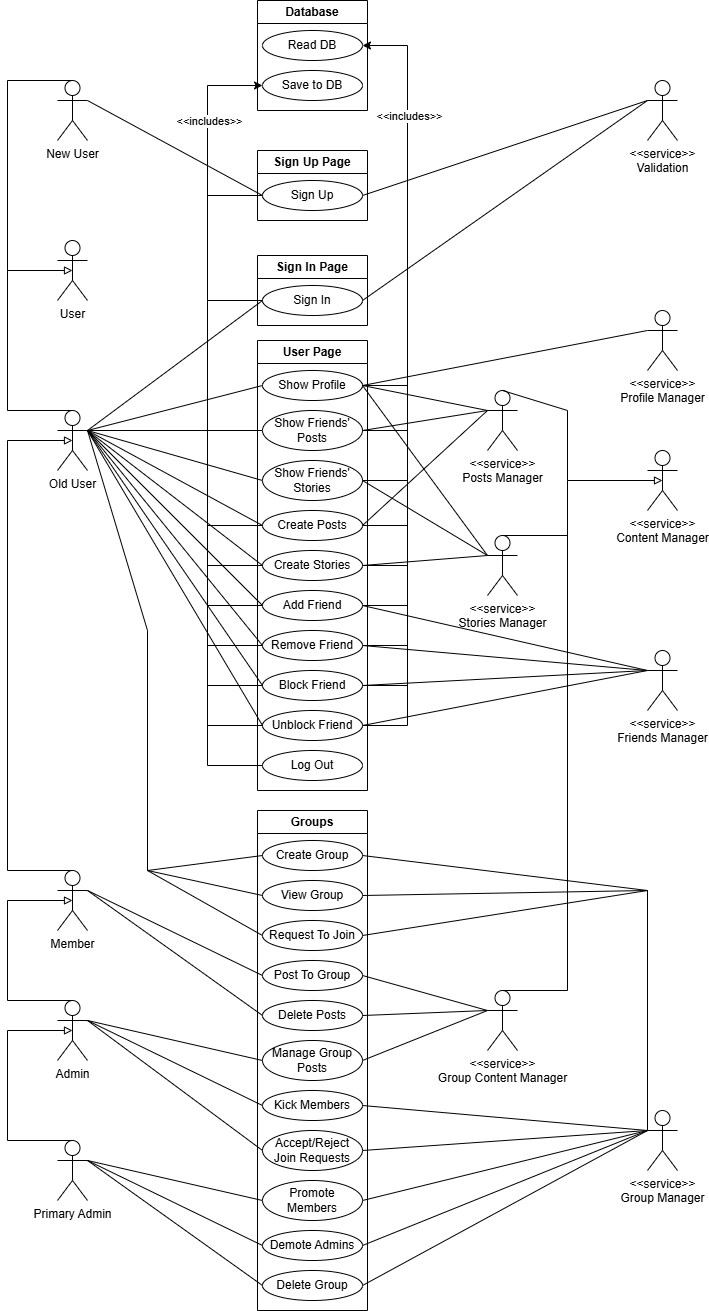
AbdelrahmanEssam1007/ConnectHub keeps this draw.io diagram as UMLs/Use Case.png. Above is the earlier version. Source tidied: cells renumbered, new cells last; positions are measured from the earlier drawing's top-left corner, leaving out a move shared by most shapes.
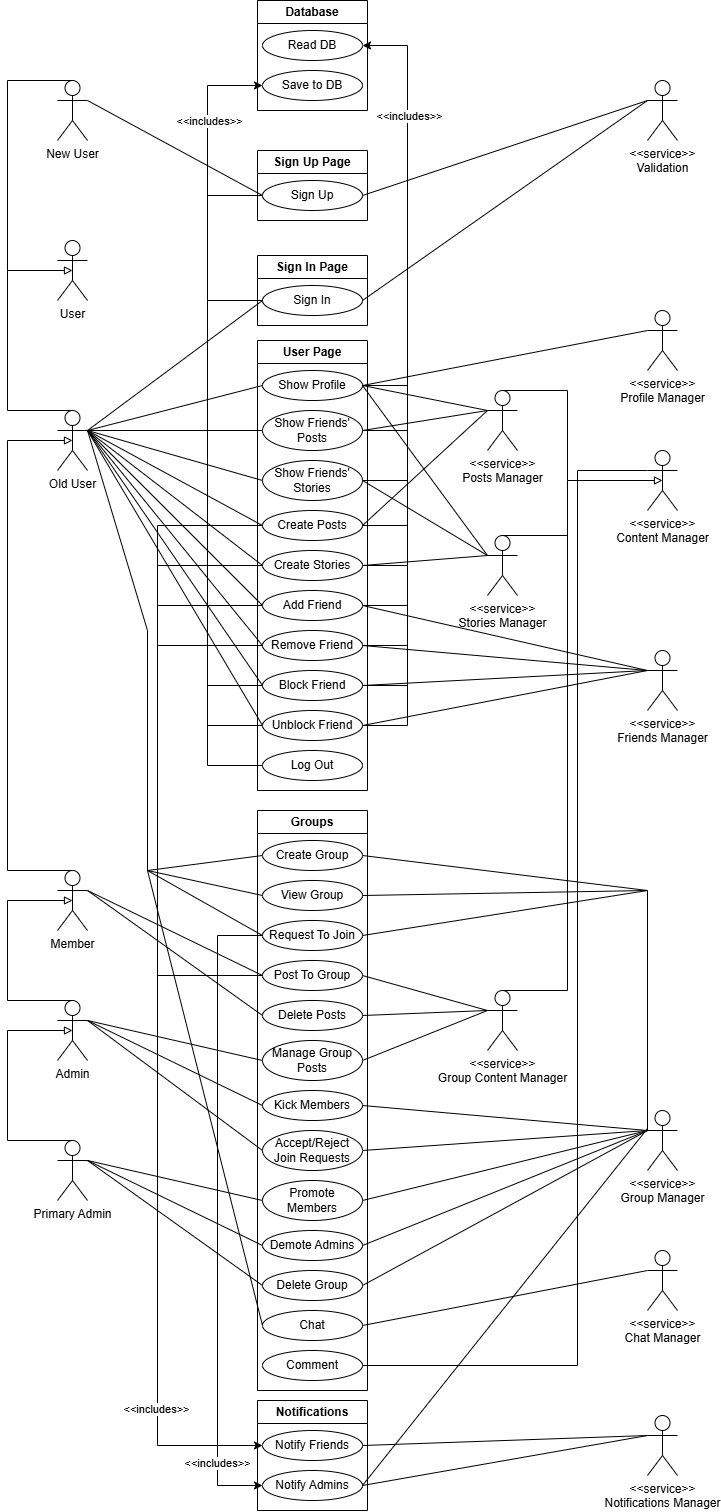
After the change.

Commit message:
Updated Use Case UML

What changed in the source:
```diff
@@ -157,7 +157,7 @@
     <mxCell id="45" style="endArrow=block;html=1;rounded=0;exitX=0.5;exitY=0;exitDx=0;exitDy=0;exitPerimeter=0;entryX=0.5;entryY=0.5;entryDx=0;entryDy=0;entryPerimeter=0;endFill=0;" parent="1" edge="1" source="38" target="44">
       <mxGeometry relative="1" as="geometry">
         <Array as="points">
-          <mxPoint x="560" y="410" />
+          <mxPoint x="560" y="390" />
           <mxPoint x="560" y="480" />
         </Array>
       </mxGeometry>
@@ -306,7 +306,7 @@
       </mxGeometry>
     </mxCell>
     <mxCell id="78" value="Groups" style="swimlane;whiteSpace=wrap;html=1;" parent="1" vertex="1">
-      <mxGeometry x="250" y="810" width="110" height="500" as="geometry" />
+      <mxGeometry x="250" y="810" width="110" height="580" as="geometry" />
     </mxCell>
     <mxCell id="79" value="View Group" style="ellipse;whiteSpace=wrap;html=1;" parent="78" vertex="1">
       <mxGeometry x="5" y="70" width="100" height="30" as="geometry" />
@@ -341,6 +341,12 @@
     <mxCell id="89" value="Manage Group Posts" style="ellipse;whiteSpace=wrap;html=1;" parent="78" vertex="1">
       <mxGeometry x="5" y="230" width="100" height="40" as="geometry" />
     </mxCell>
+    <mxCell id="122" value="Chat" style="ellipse;whiteSpace=wrap;html=1;" parent="78" vertex="1">
+      <mxGeometry x="5" y="500" width="100" height="30" as="geometry" />
+    </mxCell>
+    <mxCell id="123" value="Comment" style="ellipse;whiteSpace=wrap;html=1;" parent="78" vertex="1">
+      <mxGeometry x="5" y="540" width="100" height="30" as="geometry" />
+    </mxCell>
     <mxCell id="90" style="endArrow=none;html=1;rounded=0;entryX=1;entryY=0.3333333333333333;entryDx=0;entryDy=0;entryPerimeter=0;exitX=0;exitY=0.5;exitDx=0;exitDy=0;" parent="1" edge="1" source="79" target="9">
       <mxGeometry relative="1" as="geometry">
         <Array as="points">
@@ -474,5 +480,96 @@
         <mxPoint x="640" y="890" as="targetPoint" />
       </mxGeometry>
     </mxCell>
+    <mxCell id="124" value="Notifications" style="swimlane;whiteSpace=wrap;html=1;" parent="1" vertex="1">
+      <mxGeometry x="250" y="1400" width="110" height="110" as="geometry" />
+    </mxCell>
+    <mxCell id="125" value="Notify Friends" style="ellipse;whiteSpace=wrap;html=1;" parent="124" vertex="1">
+      <mxGeometry x="5" y="30" width="100" height="30" as="geometry" />
+    </mxCell>
+    <mxCell id="126" value="Notify Admins" style="ellipse;whiteSpace=wrap;html=1;" parent="124" vertex="1">
+      <mxGeometry x="5" y="70" width="100" height="30" as="geometry" />
+    </mxCell>
+    <mxCell id="127" value="&amp;lt;&amp;lt;service&amp;gt;&amp;gt;&lt;div&gt;Notifications Manager&lt;/div&gt;" style="shape=umlActor;verticalLabelPosition=bottom;verticalAlign=top;html=1;outlineConnect=0;" parent="1" vertex="1">
+      <mxGeometry x="640" y="1415" width="30" height="60" as="geometry" />
+    </mxCell>
+    <mxCell id="128" style="endArrow=none;html=1;rounded=0;entryX=0;entryY=0.3333333333333333;entryDx=0;entryDy=0;entryPerimeter=0;exitX=1;exitY=0.5;exitDx=0;exitDy=0;" parent="1" edge="1" source="125" target="127">
+      <mxGeometry relative="1" as="geometry" />
+    </mxCell>
+    <mxCell id="129" style="endArrow=none;html=1;rounded=0;entryX=0;entryY=0.3333333333333333;entryDx=0;entryDy=0;entryPerimeter=0;exitX=1;exitY=0.5;exitDx=0;exitDy=0;" parent="1" edge="1" source="126" target="127">
+      <mxGeometry relative="1" as="geometry" />
+    </mxCell>
+    <mxCell id="130" value="&amp;lt;&amp;lt;service&amp;gt;&amp;gt;&lt;div&gt;Chat Manager&lt;/div&gt;" style="shape=umlActor;verticalLabelPosition=bottom;verticalAlign=top;html=1;outlineConnect=0;" parent="1" vertex="1">
+      <mxGeometry x="640" y="1250" width="30" height="60" as="geometry" />
+    </mxCell>
+    <mxCell id="131" style="endArrow=none;html=1;rounded=0;entryX=0;entryY=0.3333333333333333;entryDx=0;entryDy=0;entryPerimeter=0;exitX=1;exitY=0.5;exitDx=0;exitDy=0;" parent="1" edge="1" source="122" target="130">
+      <mxGeometry relative="1" as="geometry" />
+    </mxCell>
+    <mxCell id="132" style="endArrow=none;html=1;rounded=0;exitX=0;exitY=0.5;exitDx=0;exitDy=0;" parent="1" edge="1" source="122">
+      <mxGeometry relative="1" as="geometry">
+        <mxPoint x="140" y="870" as="targetPoint" />
+      </mxGeometry>
+    </mxCell>
+    <mxCell id="133" style="endArrow=classic;html=1;rounded=0;exitX=0;exitY=0.5;exitDx=0;exitDy=0;entryX=0;entryY=0.5;entryDx=0;entryDy=0;" parent="1" edge="1" source="80" target="126">
+      <mxGeometry relative="1" as="geometry">
+        <Array as="points">
+          <mxPoint x="210" y="935" />
+          <mxPoint x="210" y="1485" />
+        </Array>
+      </mxGeometry>
+    </mxCell>
+    <mxCell id="134" value="&amp;lt;&amp;lt;includes&amp;gt;&amp;gt;" style="edgeLabel;html=1;align=center;verticalAlign=middle;" parent="133" vertex="1">
+      <mxGeometry x="0.77" relative="1" as="geometry">
+        <mxPoint x="-1" y="6" as="offset" />
+      </mxGeometry>
+    </mxCell>
+    <mxCell id="135" style="endArrow=none;html=1;rounded=0;entryX=0;entryY=0.5;entryDx=0;entryDy=0;" parent="1" edge="1" target="22">
+      <mxGeometry relative="1" as="geometry">
+        <mxPoint x="150" y="605" as="sourcePoint" />
+      </mxGeometry>
+    </mxCell>
+    <mxCell id="136" style="endArrow=none;html=1;rounded=0;entryX=0;entryY=0.5;entryDx=0;entryDy=0;" parent="1" edge="1" target="24">
+      <mxGeometry relative="1" as="geometry">
+        <mxPoint x="150" y="645" as="sourcePoint" />
+      </mxGeometry>
+    </mxCell>
+    <mxCell id="137" style="endArrow=none;html=1;rounded=0;entryX=0;entryY=0.5;entryDx=0;entryDy=0;" parent="1" edge="1" target="21">
+      <mxGeometry relative="1" as="geometry">
+        <mxPoint x="150" y="525" as="sourcePoint" />
+      </mxGeometry>
+    </mxCell>
+    <mxCell id="138" style="endArrow=none;html=1;rounded=0;entryX=0;entryY=0.5;entryDx=0;entryDy=0;" parent="1" edge="1" target="26">
+      <mxGeometry relative="1" as="geometry">
+        <mxPoint x="150" y="565" as="sourcePoint" />
+      </mxGeometry>
+    </mxCell>
+    <mxCell id="139" style="endArrow=classic;html=1;rounded=0;entryX=0;entryY=0.5;entryDx=0;entryDy=0;" parent="1" edge="1" target="125">
+      <mxGeometry relative="1" as="geometry">
+        <mxPoint x="150" y="525" as="sourcePoint" />
+        <Array as="points">
+          <mxPoint x="150" y="1445" />
+        </Array>
+      </mxGeometry>
+    </mxCell>
+    <mxCell id="140" value="&amp;lt;&amp;lt;includes&amp;gt;&amp;gt;" style="edgeLabel;html=1;align=center;verticalAlign=middle;" parent="139" vertex="1">
+      <mxGeometry x="0.72" y="-2" relative="1" as="geometry" />
+    </mxCell>
+    <mxCell id="141" style="endArrow=none;html=1;rounded=0;entryX=0;entryY=0.3333333333333333;entryDx=0;entryDy=0;entryPerimeter=0;exitX=1;exitY=0.5;exitDx=0;exitDy=0;" parent="1" edge="1" source="123" target="44">
+      <mxGeometry relative="1" as="geometry">
+        <Array as="points">
+          <mxPoint x="570" y="1365" />
+          <mxPoint x="570" y="470" />
+        </Array>
+      </mxGeometry>
+    </mxCell>
+    <mxCell id="142" style="endArrow=none;html=1;rounded=0;entryX=0;entryY=0.5;entryDx=0;entryDy=0;" parent="1" edge="1" target="81">
+      <mxGeometry relative="1" as="geometry">
+        <mxPoint x="150" y="975" as="sourcePoint" />
+      </mxGeometry>
+    </mxCell>
+    <mxCell id="143" style="endArrow=none;html=1;rounded=0;exitX=1;exitY=0.5;exitDx=0;exitDy=0;" parent="1" edge="1" source="126">
+      <mxGeometry relative="1" as="geometry">
+        <mxPoint x="640" y="1128" as="targetPoint" />
+      </mxGeometry>
+    </mxCell>
   </root>
 </mxGraphModel>
```
